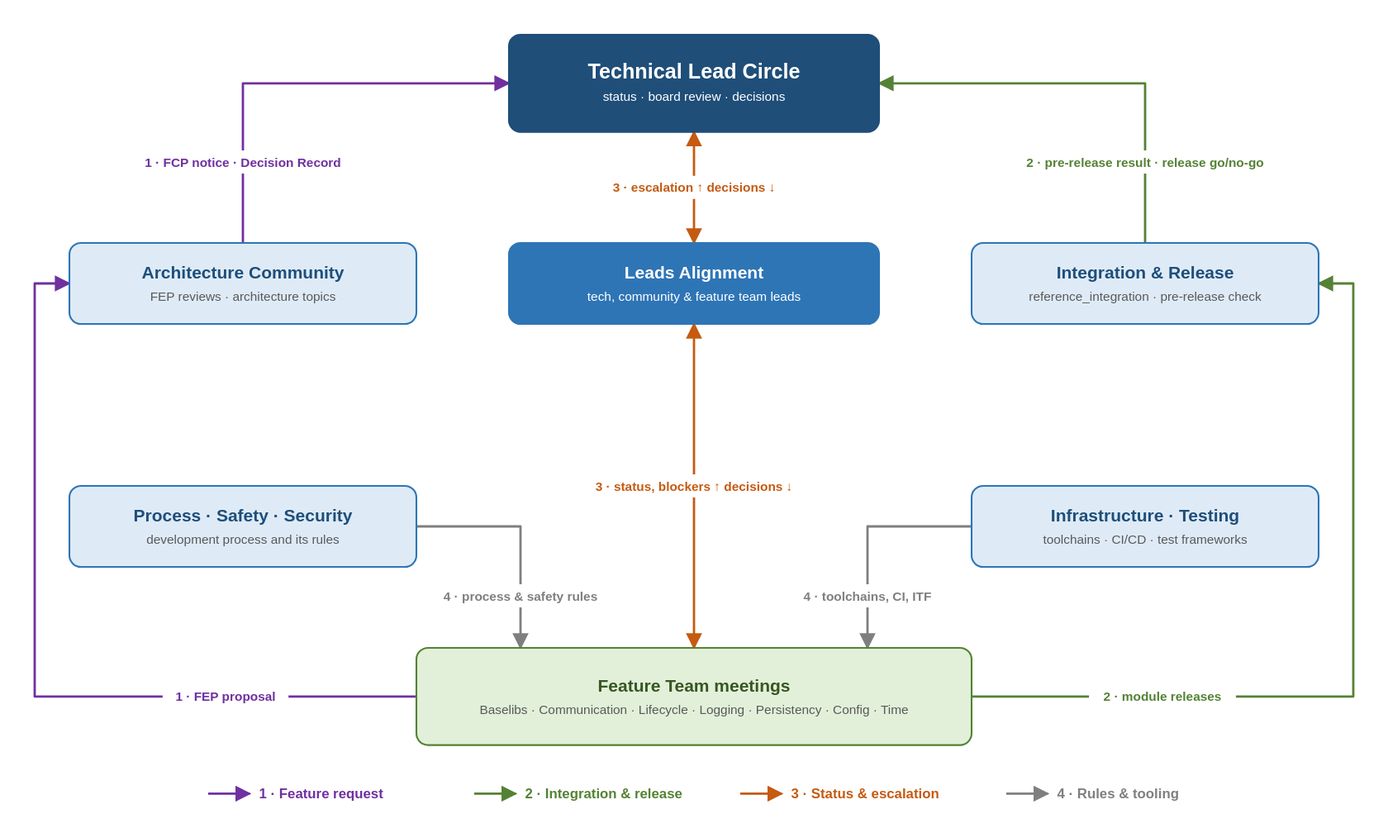
eclipse-score/score keeps this draw.io diagram as docs/users_guide/_assets/project_meetings.drawio.svg. Above is the earlier version. Source tidied: cells renumbered, new cells last; positions are measured from the earlier drawing's top-left corner, leaving out a move shared by most shapes.
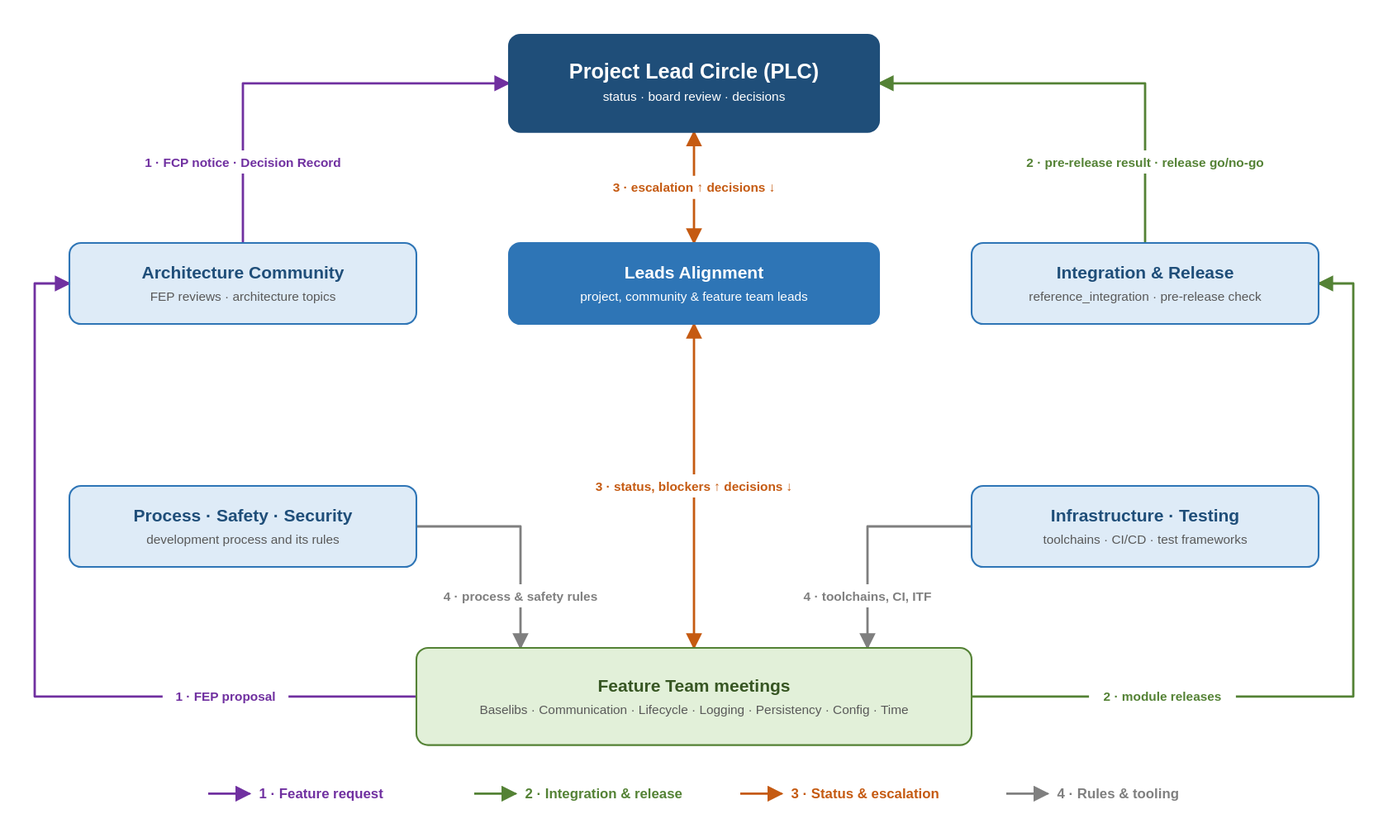
The same diagram one commit later.

Commit message:
docs: address review on glance page and shorten useful links

Diff of the diagram source:
```diff
@@ -2,10 +2,10 @@
   <root>
     <mxCell id="0" />
     <mxCell id="1" parent="0" />
-    <mxCell id="2" value="&lt;b style=&quot;font-size:18px&quot;&gt;Technical Lead Circle&lt;/b&gt;&lt;br&gt;&lt;span style=&quot;font-size:11px;color:#FFFFFF&quot;&gt;status  ·  board review  ·  decisions&lt;/span&gt;" style="rounded=1;arcSize=14;whiteSpace=wrap;html=1;fontFamily=Helvetica;fillColor=#1F4E79;strokeColor=#1F4E79;strokeWidth=1.5;fontColor=#FFFFFF;" parent="1" vertex="1">
+    <mxCell id="2" value="&lt;b style=&quot;font-size:18px&quot;&gt;Project Lead Circle (PLC)&lt;/b&gt;&lt;br&gt;&lt;span style=&quot;font-size:11px;color:#FFFFFF&quot;&gt;status  ·  board review  ·  decisions&lt;/span&gt;" style="rounded=1;arcSize=14;whiteSpace=wrap;html=1;fontFamily=Helvetica;fillColor=#1F4E79;strokeColor=#1F4E79;strokeWidth=1.5;fontColor=#FFFFFF;" parent="1" vertex="1">
       <mxGeometry x="410" width="320" height="84" as="geometry" />
     </mxCell>
-    <mxCell id="3" value="&lt;b style=&quot;font-size:15px&quot;&gt;Leads Alignment&lt;/b&gt;&lt;br&gt;&lt;span style=&quot;font-size:11px;color:#FFFFFF&quot;&gt;tech, community &amp;amp; feature team leads&lt;/span&gt;" style="rounded=1;arcSize=14;whiteSpace=wrap;html=1;fontFamily=Helvetica;fillColor=#2E75B6;strokeColor=#2E75B6;strokeWidth=1.5;fontColor=#FFFFFF;" parent="1" vertex="1">
+    <mxCell id="3" value="&lt;b style=&quot;font-size:15px&quot;&gt;Leads Alignment&lt;/b&gt;&lt;br&gt;&lt;span style=&quot;font-size:11px;color:#FFFFFF&quot;&gt;project, community &amp;amp; feature team leads&lt;/span&gt;" style="rounded=1;arcSize=14;whiteSpace=wrap;html=1;fontFamily=Helvetica;fillColor=#2E75B6;strokeColor=#2E75B6;strokeWidth=1.5;fontColor=#FFFFFF;" parent="1" vertex="1">
       <mxGeometry x="410" y="180" width="320" height="70" as="geometry" />
     </mxCell>
     <mxCell id="4" value="&lt;b style=&quot;font-size:15px&quot;&gt;Architecture Community&lt;/b&gt;&lt;br&gt;&lt;span style=&quot;font-size:11px;color:#595959&quot;&gt;FEP reviews  ·  architecture topics&lt;/span&gt;" style="rounded=1;arcSize=14;whiteSpace=wrap;html=1;fontFamily=Helvetica;fillColor=#DEEBF7;strokeColor=#2E75B6;strokeWidth=1.5;fontColor=#1F4E79;" parent="1" vertex="1">
```
